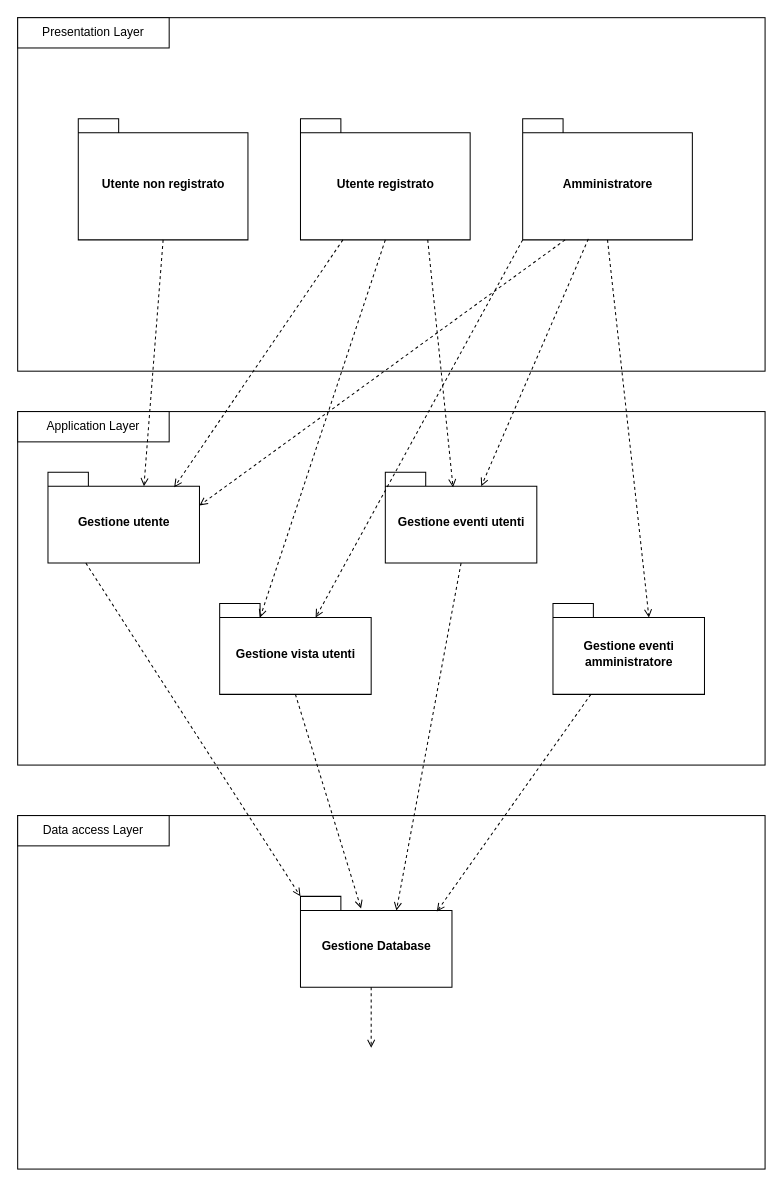
Above: DELIVERABLES/SDD/Partitioning/CoesioneAccoppiamento.drawio in cirofalcianoproductions/InfinityGames (draw.io), before the change. Source tidied: cells renumbered, new cells numbered last; positions are measured from the earlier drawing's top-left corner, leaving out a move shared by most shapes. Both pictures are drawn from the tidied source at 101%, with x=0, y=0 at pixel (17, 17).
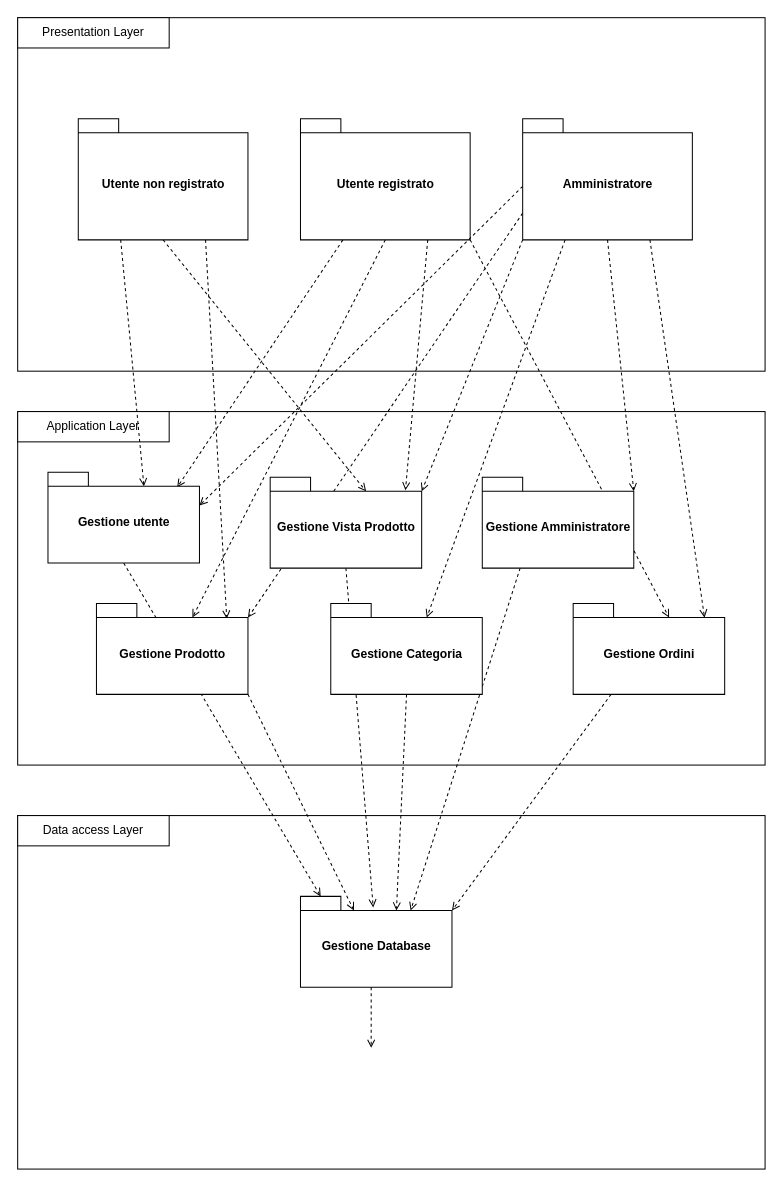
Above is the later version.

Unchanged cells that the change refers to:
```xml
<mxCell id="8" value="Utente non registrato" style="shape=folder;fontStyle=1;spacingTop=10;tabWidth=40;tabHeight=14;tabPosition=left;html=1;" parent="1" vertex="1">
  <mxGeometry x="60" y="100" width="168" height="120" as="geometry" />
</mxCell>
<mxCell id="9" value="Utente registrato" style="shape=folder;fontStyle=1;spacingTop=10;tabWidth=40;tabHeight=14;tabPosition=left;html=1;" parent="1" vertex="1">
  <mxGeometry x="280" y="100" width="168" height="120" as="geometry" />
</mxCell>
<mxCell id="10" value="Amministratore" style="shape=folder;fontStyle=1;spacingTop=10;tabWidth=40;tabHeight=14;tabPosition=left;html=1;" parent="1" vertex="1">
  <mxGeometry x="500" y="100" width="168" height="120" as="geometry" />
</mxCell>
<mxCell id="11" value="Gestione utente" style="shape=folder;fontStyle=1;spacingTop=10;tabWidth=40;tabHeight=14;tabPosition=left;html=1;" parent="1" vertex="1">
  <mxGeometry x="30" y="450" width="150" height="90" as="geometry" />
</mxCell>
<mxCell id="15" value="Gestione Database" style="shape=folder;fontStyle=1;spacingTop=10;tabWidth=40;tabHeight=14;tabPosition=left;html=1;" parent="1" vertex="1">
  <mxGeometry x="280" y="870" width="150" height="90" as="geometry" />
</mxCell>
```

Change to the diagram source:
```diff
@@
+    <mxCell id="22" style="rounded=0;jettySize=auto;html=1;exitX=0.25;exitY=1;exitDx=0;exitDy=0;exitPerimeter=0;entryX=0;entryY=0;entryDx=95;entryDy=14;entryPerimeter=0;dashed=1;endArrow=open;endFill=0;" parent="1" edge="1" source="8" target="11">
+      <mxGeometry relative="1" as="geometry" />
+    </mxCell>
+    <mxCell id="29" style="edgeStyle=none;rounded=0;jettySize=auto;html=1;exitX=0.75;exitY=1;exitDx=0;exitDy=0;exitPerimeter=0;entryX=0.86;entryY=0.167;entryDx=0;entryDy=0;entryPerimeter=0;dashed=1;endArrow=open;endFill=0;" parent="1" edge="1" source="8" target="42">
+      <mxGeometry relative="1" as="geometry" />
+    </mxCell>
+    <mxCell id="30" style="edgeStyle=none;rounded=0;jettySize=auto;html=1;exitX=0.5;exitY=1;exitDx=0;exitDy=0;exitPerimeter=0;entryX=0;entryY=0;entryDx=95;entryDy=14;entryPerimeter=0;dashed=1;endArrow=open;endFill=0;" parent="1" edge="1" source="8" target="44">
+      <mxGeometry relative="1" as="geometry" />
+    </mxCell>
@@
+    <mxCell id="23" style="edgeStyle=none;rounded=0;jettySize=auto;html=1;exitX=0.25;exitY=1;exitDx=0;exitDy=0;exitPerimeter=0;entryX=0.853;entryY=0.167;entryDx=0;entryDy=0;entryPerimeter=0;dashed=1;endArrow=open;endFill=0;" parent="1" edge="1" source="9" target="11">
+      <mxGeometry relative="1" as="geometry" />
+    </mxCell>
+    <mxCell id="31" style="edgeStyle=none;rounded=0;jettySize=auto;html=1;exitX=0.5;exitY=1;exitDx=0;exitDy=0;exitPerimeter=0;entryX=0;entryY=0;entryDx=95;entryDy=14;entryPerimeter=0;dashed=1;endArrow=open;endFill=0;" parent="1" edge="1" source="9" target="42">
+      <mxGeometry relative="1" as="geometry" />
+    </mxCell>
+    <mxCell id="32" style="edgeStyle=none;rounded=0;jettySize=auto;html=1;exitX=0.75;exitY=1;exitDx=0;exitDy=0;exitPerimeter=0;entryX=0.893;entryY=0.144;entryDx=0;entryDy=0;entryPerimeter=0;dashed=1;endArrow=open;endFill=0;" parent="1" edge="1" source="9" target="44">
+      <mxGeometry relative="1" as="geometry" />
+    </mxCell>
+    <mxCell id="33" style="edgeStyle=none;rounded=0;jettySize=auto;html=1;exitX=0;exitY=0;exitDx=168;exitDy=120;exitPerimeter=0;entryX=0;entryY=0;entryDx=95;entryDy=14;entryPerimeter=0;dashed=1;endArrow=open;endFill=0;" parent="1" edge="1" source="9" target="48">
+      <mxGeometry relative="1" as="geometry" />
+    </mxCell>
@@
+    <mxCell id="34" style="edgeStyle=none;rounded=0;jettySize=auto;html=1;exitX=0.5;exitY=1;exitDx=0;exitDy=0;exitPerimeter=0;entryX=0;entryY=0;entryDx=150;entryDy=14;entryPerimeter=0;dashed=1;endArrow=open;endFill=0;" parent="1" edge="1" source="10" target="40">
+      <mxGeometry relative="1" as="geometry" />
+    </mxCell>
+    <mxCell id="35" style="edgeStyle=none;rounded=0;jettySize=auto;html=1;exitX=0.75;exitY=1;exitDx=0;exitDy=0;exitPerimeter=0;entryX=0.867;entryY=0.156;entryDx=0;entryDy=0;entryPerimeter=0;dashed=1;endArrow=open;endFill=0;" parent="1" edge="1" source="10" target="48">
+      <mxGeometry relative="1" as="geometry" />
+    </mxCell>
+    <mxCell id="36" style="edgeStyle=none;rounded=0;jettySize=auto;html=1;exitX=0.25;exitY=1;exitDx=0;exitDy=0;exitPerimeter=0;entryX=0;entryY=0;entryDx=95;entryDy=14;entryPerimeter=0;dashed=1;endArrow=open;endFill=0;" parent="1" edge="1" source="10" target="46">
+      <mxGeometry relative="1" as="geometry" />
+    </mxCell>
+    <mxCell id="37" style="edgeStyle=none;rounded=0;jettySize=auto;html=1;exitX=0;exitY=0;exitDx=0;exitDy=120;exitPerimeter=0;entryX=0;entryY=0;entryDx=150;entryDy=14;entryPerimeter=0;dashed=1;endArrow=open;endFill=0;" parent="1" edge="1" source="10" target="44">
+      <mxGeometry relative="1" as="geometry" />
+    </mxCell>
+    <mxCell id="38" style="edgeStyle=none;rounded=0;jettySize=auto;html=1;exitX=0;exitY=0;exitDx=0;exitDy=93.5;exitPerimeter=0;entryX=0;entryY=0;entryDx=150;entryDy=14;entryPerimeter=0;dashed=1;endArrow=open;endFill=0;" parent="1" edge="1" source="10" target="42">
+      <mxGeometry relative="1" as="geometry" />
+    </mxCell>
+    <mxCell id="24" style="edgeStyle=none;rounded=0;jettySize=auto;html=1;exitX=0;exitY=0;exitDx=0;exitDy=67;exitPerimeter=0;entryX=0;entryY=0;entryDx=150;entryDy=33;entryPerimeter=0;dashed=1;endArrow=open;endFill=0;" parent="1" edge="1" source="10" target="11">
+      <mxGeometry relative="1" as="geometry" />
+    </mxCell>
@@
+    <mxCell id="16" style="edgeStyle=none;rounded=0;jettySize=auto;html=1;exitX=0.5;exitY=1;exitDx=0;exitDy=0;exitPerimeter=0;entryX=0;entryY=0;entryDx=20;entryDy=0;entryPerimeter=0;dashed=1;endArrow=open;endFill=0;" parent="1" edge="1" source="11" target="15">
+      <mxGeometry relative="1" as="geometry" />
+    </mxCell>
@@
-    <mxCell id="12" value="Gestione vista utenti" style="shape=folder;fontStyle=1;spacingTop=10;tabWidth=40;tabHeight=14;tabPosition=left;html=1;" parent="1" vertex="1">
-      <mxGeometry x="200" y="580" width="150" height="90" as="geometry" />
-    </mxCell>
-    <mxCell id="13" value="Gestione eventi utenti" style="shape=folder;fontStyle=1;spacingTop=10;tabWidth=40;tabHeight=14;tabPosition=left;html=1;" parent="1" vertex="1">
-      <mxGeometry x="364" y="450" width="150" height="90" as="geometry" />
-    </mxCell>
-    <mxCell id="14" value="Gestione eventi&lt;br&gt;amministratore" style="shape=folder;fontStyle=1;spacingTop=10;tabWidth=40;tabHeight=14;tabPosition=left;html=1;" parent="1" vertex="1">
-      <mxGeometry x="530" y="580" width="150" height="90" as="geometry" />
-    </mxCell>
@@
-    <mxCell id="16" style="endArrow=open;html=1;exitX=0.25;exitY=1;exitDx=0;exitDy=0;exitPerimeter=0;entryX=0;entryY=0;entryDx=0;entryDy=0;entryPerimeter=0;dashed=1;endFill=0;" parent="1" edge="1" source="11" target="15">
-      <mxGeometry relative="1" as="geometry" />
-    </mxCell>
-    <mxCell id="17" style="endArrow=open;html=1;exitX=0.5;exitY=1;exitDx=0;exitDy=0;exitPerimeter=0;entryX=0.4;entryY=0.133;entryDx=0;entryDy=0;entryPerimeter=0;dashed=1;endFill=0;" parent="1" edge="1" source="12" target="15">
-      <mxGeometry relative="1" as="geometry" />
-    </mxCell>
-    <mxCell id="18" style="endArrow=open;html=1;exitX=0.5;exitY=1;exitDx=0;exitDy=0;exitPerimeter=0;entryX=0;entryY=0;entryDx=95;entryDy=14;entryPerimeter=0;dashed=1;endFill=0;" parent="1" edge="1" source="13" target="15">
-      <mxGeometry relative="1" as="geometry" />
-    </mxCell>
-    <mxCell id="19" style="endArrow=open;html=1;exitX=0.25;exitY=1;exitDx=0;exitDy=0;exitPerimeter=0;entryX=0.9;entryY=0.167;entryDx=0;entryDy=0;entryPerimeter=0;dashed=1;endFill=0;" parent="1" edge="1" source="14" target="15">
-      <mxGeometry relative="1" as="geometry" />
-    </mxCell>
@@
-    <mxCell id="21" style="endArrow=open;html=1;dashed=1;exitX=0.5;exitY=1;exitDx=0;exitDy=0;exitPerimeter=0;entryX=0;entryY=0;entryDx=95;entryDy=14;entryPerimeter=0;endFill=0;" parent="1" edge="1" source="10" target="14">
-      <mxGeometry relative="1" as="geometry" />
-    </mxCell>
-    <mxCell id="22" style="endArrow=open;html=1;entryX=0;entryY=0;entryDx=95;entryDy=14;entryPerimeter=0;dashed=1;endFill=0;exitX=0.5;exitY=1;exitDx=0;exitDy=0;exitPerimeter=0;" parent="1" edge="1" source="8" target="11">
-      <mxGeometry relative="1" as="geometry" />
-    </mxCell>
-    <mxCell id="23" style="endArrow=open;html=1;exitX=0.25;exitY=1;exitDx=0;exitDy=0;exitPerimeter=0;dashed=1;endFill=0;entryX=0.833;entryY=0.167;entryDx=0;entryDy=0;entryPerimeter=0;" parent="1" edge="1" source="9" target="11">
-      <mxGeometry relative="1" as="geometry" />
-    </mxCell>
-    <mxCell id="24" style="endArrow=open;html=1;exitX=0.25;exitY=1;exitDx=0;exitDy=0;exitPerimeter=0;entryX=0;entryY=0;entryDx=150;entryDy=33;entryPerimeter=0;dashed=1;endFill=0;" parent="1" edge="1" source="10" target="11">
-      <mxGeometry relative="1" as="geometry" />
-    </mxCell>
-    <mxCell id="25" style="endArrow=open;html=1;exitX=0.5;exitY=1;exitDx=0;exitDy=0;exitPerimeter=0;dashed=1;endFill=0;entryX=0;entryY=0;entryDx=40;entryDy=14;entryPerimeter=0;" parent="1" edge="1" source="9" target="12">
-      <mxGeometry relative="1" as="geometry" />
-    </mxCell>
-    <mxCell id="26" style="endArrow=open;html=1;dashed=1;exitX=0;exitY=0;exitDx=0;exitDy=120;exitPerimeter=0;entryX=0;entryY=0;entryDx=95;entryDy=14;entryPerimeter=0;endFill=0;" parent="1" edge="1" source="10" target="12">
-      <mxGeometry relative="1" as="geometry" />
-    </mxCell>
-    <mxCell id="27" style="endArrow=open;html=1;exitX=0.387;exitY=0.992;exitDx=0;exitDy=0;exitPerimeter=0;dashed=1;endFill=0;entryX=0;entryY=0;entryDx=95;entryDy=14;entryPerimeter=0;" parent="1" edge="1" source="10" target="13">
-      <mxGeometry relative="1" as="geometry" />
-    </mxCell>
-    <mxCell id="28" style="endArrow=open;html=1;exitX=0.75;exitY=1;exitDx=0;exitDy=0;exitPerimeter=0;dashed=1;endFill=0;entryX=0.447;entryY=0.167;entryDx=0;entryDy=0;entryPerimeter=0;" parent="1" edge="1" source="9" target="13">
-      <mxGeometry relative="1" as="geometry" />
-    </mxCell>
+    <mxCell id="39" style="edgeStyle=none;rounded=0;jettySize=auto;html=1;exitX=0.25;exitY=1;exitDx=0;exitDy=0;exitPerimeter=0;dashed=1;endArrow=open;endFill=0;entryX=0.727;entryY=0.156;entryDx=0;entryDy=0;entryPerimeter=0;" parent="1" edge="1" source="40" target="15">
+      <mxGeometry relative="1" as="geometry" />
+    </mxCell>
+    <mxCell id="40" value="Gestione Amministratore" style="shape=folder;fontStyle=1;spacingTop=10;tabWidth=40;tabHeight=14;tabPosition=left;html=1;" parent="1" vertex="1">
+      <mxGeometry x="460" y="455" width="150" height="90" as="geometry" />
+    </mxCell>
+    <mxCell id="41" style="edgeStyle=none;rounded=0;jettySize=auto;html=1;exitX=0;exitY=0;exitDx=150;exitDy=90;exitPerimeter=0;entryX=0.353;entryY=0.156;entryDx=0;entryDy=0;entryPerimeter=0;dashed=1;endArrow=open;endFill=0;" parent="1" edge="1" source="42" target="15">
+      <mxGeometry relative="1" as="geometry" />
+    </mxCell>
+    <mxCell id="42" value="Gestione Prodotto" style="shape=folder;fontStyle=1;spacingTop=10;tabWidth=40;tabHeight=14;tabPosition=left;html=1;" parent="1" vertex="1">
+      <mxGeometry x="78" y="580" width="150" height="90" as="geometry" />
+    </mxCell>
+    <mxCell id="43" style="edgeStyle=none;rounded=0;jettySize=auto;html=1;exitX=0.5;exitY=1;exitDx=0;exitDy=0;exitPerimeter=0;entryX=0.48;entryY=0.122;entryDx=0;entryDy=0;entryPerimeter=0;dashed=1;endArrow=open;endFill=0;" parent="1" edge="1" source="44" target="15">
+      <mxGeometry relative="1" as="geometry" />
+    </mxCell>
+    <mxCell id="44" value="Gestione Vista Prodotto" style="shape=folder;fontStyle=1;spacingTop=10;tabWidth=40;tabHeight=14;tabPosition=left;html=1;" parent="1" vertex="1">
+      <mxGeometry x="250" y="455" width="150" height="90" as="geometry" />
+    </mxCell>
+    <mxCell id="45" style="edgeStyle=none;rounded=0;jettySize=auto;html=1;exitX=0.5;exitY=1;exitDx=0;exitDy=0;exitPerimeter=0;entryX=0;entryY=0;entryDx=95;entryDy=14;entryPerimeter=0;dashed=1;endArrow=open;endFill=0;" parent="1" edge="1" source="46" target="15">
+      <mxGeometry relative="1" as="geometry" />
+    </mxCell>
+    <mxCell id="46" value="Gestione Categoria" style="shape=folder;fontStyle=1;spacingTop=10;tabWidth=40;tabHeight=14;tabPosition=left;html=1;" parent="1" vertex="1">
+      <mxGeometry x="310" y="580" width="150" height="90" as="geometry" />
+    </mxCell>
+    <mxCell id="47" style="edgeStyle=none;rounded=0;jettySize=auto;html=1;exitX=0.25;exitY=1;exitDx=0;exitDy=0;exitPerimeter=0;entryX=0;entryY=0;entryDx=150;entryDy=14;entryPerimeter=0;dashed=1;endArrow=open;endFill=0;" parent="1" edge="1" source="48" target="15">
+      <mxGeometry relative="1" as="geometry" />
+    </mxCell>
+    <mxCell id="48" value="Gestione Ordini" style="shape=folder;fontStyle=1;spacingTop=10;tabWidth=40;tabHeight=14;tabPosition=left;html=1;" parent="1" vertex="1">
+      <mxGeometry x="550" y="580" width="150" height="90" as="geometry" />
+    </mxCell>
```
